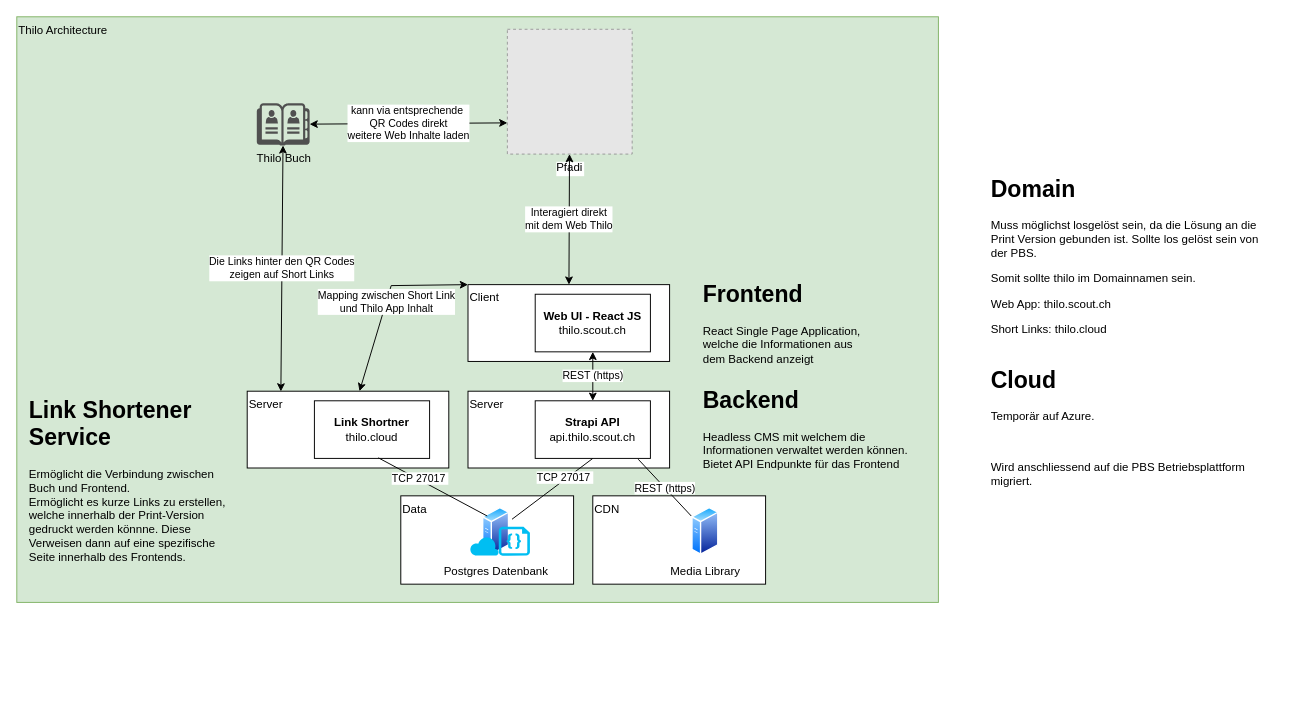
Above: documentation/architecture.drawio in scout-ch/thilo (draw.io), before the change. Source tidied: cells renumbered, new cells numbered last; positions are measured from the earlier drawing's top-left corner, leaving out a move shared by most shapes. Both pictures are drawn from the tidied source at 96%, with x=0, y=0 at pixel (16, 16). Pictures stored in the file or linked from it are replaced by grey dashed boxes.
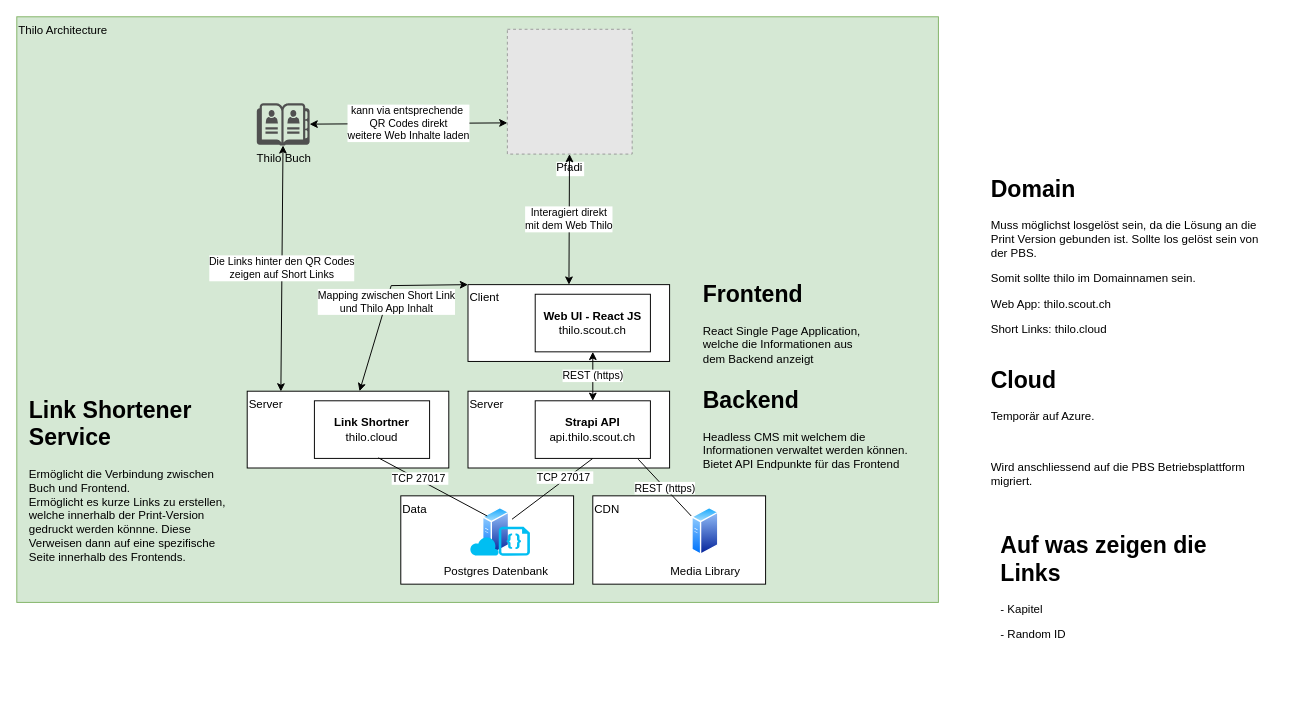
After the change.

The edit, as a diff of the source:
```diff
@@
+    <mxCell id="30" value="&lt;h1&gt;Auf was zeigen die Links&lt;/h1&gt;&lt;p&gt;- Kapitel&lt;/p&gt;&lt;p&gt;- Random ID&lt;/p&gt;" style="text;html=1;strokeColor=none;fillColor=none;spacing=5;spacingTop=-20;whiteSpace=wrap;overflow=hidden;rounded=0;" parent="1" vertex="1">
+      <mxGeometry x="1020" y="531.3" width="290" height="180" as="geometry" />
+    </mxCell>
```
